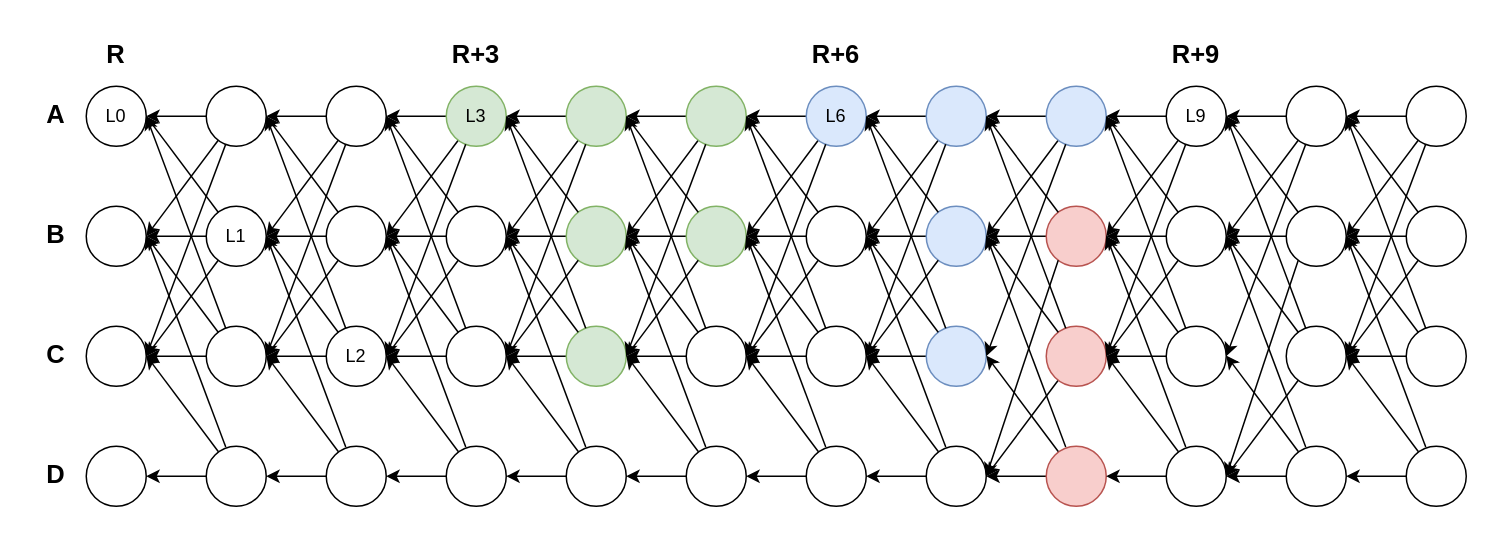
This is Untitled Diagram.drawio from asonnino/various-diagrams, a draw.io file, before an edit. Source tidied: cells renumbered, new cells numbered last; positions are measured from the earlier drawing's top-left corner, leaving out a move shared by most shapes. Both pictures are drawn from the tidied source at 150%, with x=0, y=0 at pixel (26, 26).
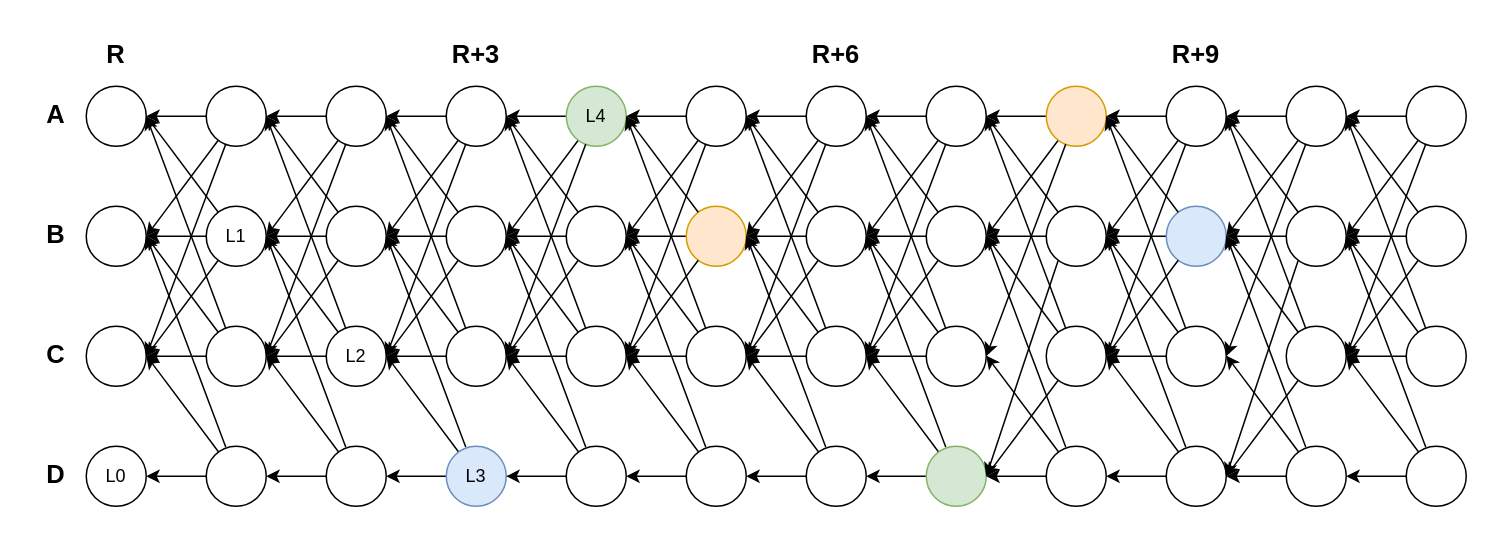
Above is the later version.

The edit, as a diff of the source:
```diff
@@
-    <mxCell id="2" value="L0" style="ellipse;whiteSpace=wrap;html=1;" parent="1" vertex="1">
+    <mxCell id="2" style="ellipse;whiteSpace=wrap;html=1;" parent="1" vertex="1">
       <mxGeometry x="40" y="40" width="40" height="40" as="geometry" />
     </mxCell>
@@
-    <mxCell id="8" style="ellipse;whiteSpace=wrap;html=1;" parent="1" vertex="1">
+    <mxCell id="8" value="L0" style="ellipse;whiteSpace=wrap;html=1;" parent="1" vertex="1">
       <mxGeometry x="40" y="280" width="40" height="40" as="geometry" />
     </mxCell>
@@
-    <mxCell id="47" value="L3" style="ellipse;whiteSpace=wrap;html=1;fillColor=#d5e8d4;strokeColor=#82b366;" parent="1" vertex="1">
+    <mxCell id="47" style="ellipse;whiteSpace=wrap;html=1;" parent="1" vertex="1">
       <mxGeometry x="280" y="40" width="40" height="40" as="geometry" />
     </mxCell>
@@
-    <mxCell id="53" style="ellipse;whiteSpace=wrap;html=1;" parent="1" vertex="1">
+    <mxCell id="53" value="L3" style="ellipse;whiteSpace=wrap;html=1;fillColor=#dae8fc;strokeColor=#6c8ebf;" parent="1" vertex="1">
       <mxGeometry x="280" y="280" width="40" height="40" as="geometry" />
     </mxCell>
@@
-    <mxCell id="63" style="ellipse;whiteSpace=wrap;html=1;fillColor=#d5e8d4;strokeColor=#82b366;" parent="1" vertex="1">
+    <mxCell id="63" value="L4" style="ellipse;whiteSpace=wrap;html=1;fillColor=#d5e8d4;strokeColor=#82b366;" parent="1" vertex="1">
       <mxGeometry x="360" y="40" width="40" height="40" as="geometry" />
     </mxCell>
@@
-    <mxCell id="65" style="ellipse;whiteSpace=wrap;html=1;fillColor=#d5e8d4;strokeColor=#82b366;" parent="1" vertex="1">
+    <mxCell id="65" style="ellipse;whiteSpace=wrap;html=1;" parent="1" vertex="1">
       <mxGeometry x="360" y="120" width="40" height="40" as="geometry" />
     </mxCell>
@@
-    <mxCell id="67" style="ellipse;whiteSpace=wrap;html=1;fillColor=#d5e8d4;strokeColor=#82b366;" parent="1" vertex="1">
+    <mxCell id="67" style="ellipse;whiteSpace=wrap;html=1;" parent="1" vertex="1">
       <mxGeometry x="360" y="200" width="40" height="40" as="geometry" />
     </mxCell>
@@
-    <mxCell id="79" style="ellipse;whiteSpace=wrap;html=1;fillColor=#d5e8d4;strokeColor=#82b366;" parent="1" vertex="1">
+    <mxCell id="79" style="ellipse;whiteSpace=wrap;html=1;" parent="1" vertex="1">
       <mxGeometry x="440" y="40" width="40" height="40" as="geometry" />
     </mxCell>
@@
-    <mxCell id="81" style="ellipse;whiteSpace=wrap;html=1;fillColor=#d5e8d4;strokeColor=#82b366;" parent="1" vertex="1">
+    <mxCell id="81" style="ellipse;whiteSpace=wrap;html=1;fillColor=#ffe6cc;strokeColor=#d79b00;" parent="1" vertex="1">
       <mxGeometry x="440" y="120" width="40" height="40" as="geometry" />
     </mxCell>
@@
-    <mxCell id="95" value="L6" style="ellipse;whiteSpace=wrap;html=1;fillColor=#dae8fc;strokeColor=#6c8ebf;" parent="1" vertex="1">
+    <mxCell id="95" style="ellipse;whiteSpace=wrap;html=1;" parent="1" vertex="1">
       <mxGeometry x="520" y="40" width="40" height="40" as="geometry" />
     </mxCell>
@@
-    <mxCell id="111" style="ellipse;whiteSpace=wrap;html=1;fillColor=#dae8fc;strokeColor=#6c8ebf;" parent="1" vertex="1">
+    <mxCell id="111" style="ellipse;whiteSpace=wrap;html=1;" parent="1" vertex="1">
       <mxGeometry x="600" y="40" width="40" height="40" as="geometry" />
     </mxCell>
@@
-    <mxCell id="113" style="ellipse;whiteSpace=wrap;html=1;fillColor=#dae8fc;strokeColor=#6c8ebf;" parent="1" vertex="1">
+    <mxCell id="113" style="ellipse;whiteSpace=wrap;html=1;" parent="1" vertex="1">
       <mxGeometry x="600" y="120" width="40" height="40" as="geometry" />
     </mxCell>
@@
-    <mxCell id="115" style="ellipse;whiteSpace=wrap;html=1;fillColor=#dae8fc;strokeColor=#6c8ebf;" parent="1" vertex="1">
+    <mxCell id="115" style="ellipse;whiteSpace=wrap;html=1;" parent="1" vertex="1">
       <mxGeometry x="600" y="200" width="40" height="40" as="geometry" />
     </mxCell>
@@
-    <mxCell id="117" style="ellipse;whiteSpace=wrap;html=1;" parent="1" vertex="1">
+    <mxCell id="117" style="ellipse;whiteSpace=wrap;html=1;fillColor=#d5e8d4;strokeColor=#82b366;" parent="1" vertex="1">
       <mxGeometry x="600" y="280" width="40" height="40" as="geometry" />
     </mxCell>
@@
-    <mxCell id="127" style="ellipse;whiteSpace=wrap;html=1;fillColor=#dae8fc;strokeColor=#6c8ebf;" parent="1" vertex="1">
+    <mxCell id="127" style="ellipse;whiteSpace=wrap;html=1;fillColor=#ffe6cc;strokeColor=#d79b00;" parent="1" vertex="1">
       <mxGeometry x="680" y="40" width="40" height="40" as="geometry" />
     </mxCell>
@@
-    <mxCell id="129" style="ellipse;whiteSpace=wrap;html=1;fillColor=#f8cecc;strokeColor=#b85450;" parent="1" vertex="1">
+    <mxCell id="129" style="ellipse;whiteSpace=wrap;html=1;" parent="1" vertex="1">
       <mxGeometry x="680" y="120" width="40" height="40" as="geometry" />
     </mxCell>
@@
-    <mxCell id="131" style="ellipse;whiteSpace=wrap;html=1;fillColor=#f8cecc;strokeColor=#b85450;" parent="1" vertex="1">
+    <mxCell id="131" style="ellipse;whiteSpace=wrap;html=1;" parent="1" vertex="1">
       <mxGeometry x="680" y="200" width="40" height="40" as="geometry" />
     </mxCell>
@@
-    <mxCell id="133" style="ellipse;whiteSpace=wrap;html=1;fillColor=#f8cecc;strokeColor=#b85450;" parent="1" vertex="1">
+    <mxCell id="133" style="ellipse;whiteSpace=wrap;html=1;" parent="1" vertex="1">
       <mxGeometry x="680" y="280" width="40" height="40" as="geometry" />
     </mxCell>
@@
-    <mxCell id="143" value="L9" style="ellipse;whiteSpace=wrap;html=1;" parent="1" vertex="1">
+    <mxCell id="143" style="ellipse;whiteSpace=wrap;html=1;" parent="1" vertex="1">
       <mxGeometry x="760" y="40" width="40" height="40" as="geometry" />
     </mxCell>
@@
-    <mxCell id="145" style="ellipse;whiteSpace=wrap;html=1;" parent="1" vertex="1">
+    <mxCell id="145" style="ellipse;whiteSpace=wrap;html=1;fillColor=#dae8fc;strokeColor=#6c8ebf;" parent="1" vertex="1">
       <mxGeometry x="760" y="120" width="40" height="40" as="geometry" />
     </mxCell>
```
